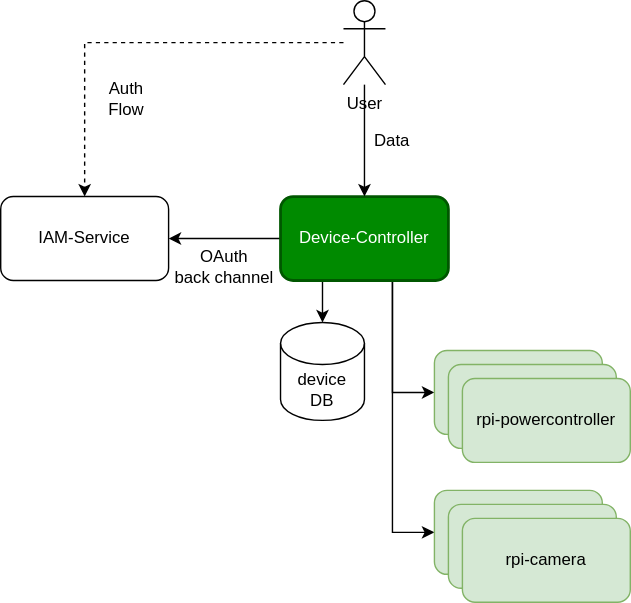
Above: device-controller/docs/device-controller.svg in jveverka/rpi-projects (draw.io), before the change. Source tidied: cells renumbered, new cells last; positions are measured from the earlier drawing's top-left corner, leaving out a move shared by most shapes.
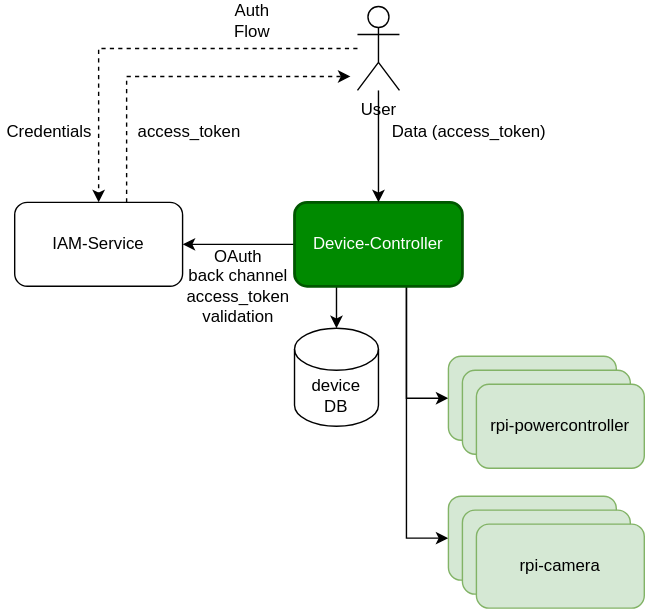
The same diagram one commit later.

What changed in the source:
```diff
@@ -30,11 +30,19 @@
     <mxCell id="6" value="Device-Controller" style="rounded=1;whiteSpace=wrap;html=1;strokeWidth=2;fillColor=#008a00;strokeColor=#005700;fontColor=#ffffff;" parent="1" vertex="1">
       <mxGeometry x="200" y="140" width="120" height="60" as="geometry" />
     </mxCell>
+    <mxCell id="21" style="edgeStyle=orthogonalEdgeStyle;rounded=0;jettySize=auto;html=1;dashed=1;" parent="1" edge="1" source="7">
+      <mxGeometry relative="1" as="geometry">
+        <mxPoint x="240" y="50" as="targetPoint" />
+        <Array as="points">
+          <mxPoint x="80" y="50" />
+        </Array>
+      </mxGeometry>
+    </mxCell>
     <mxCell id="7" value="IAM-Service" style="rounded=1;whiteSpace=wrap;html=1;" parent="1" vertex="1">
       <mxGeometry y="140" width="120" height="60" as="geometry" />
     </mxCell>
-    <mxCell id="8" value="OAuth&lt;br&gt;back channel" style="text;html=1;strokeColor=none;fillColor=none;align=center;verticalAlign=middle;whiteSpace=wrap;rounded=0;" parent="1" vertex="1">
-      <mxGeometry x="110" y="180" width="100" height="20" as="geometry" />
+    <mxCell id="8" value="OAuth&lt;br&gt;back channel&lt;br&gt;access_token&lt;br&gt;validation" style="text;html=1;strokeColor=none;fillColor=none;align=center;verticalAlign=middle;whiteSpace=wrap;rounded=0;" parent="1" vertex="1">
+      <mxGeometry x="110" y="170" width="100" height="60" as="geometry" />
     </mxCell>
     <mxCell id="9" style="edgeStyle=orthogonalEdgeStyle;rounded=0;jettySize=auto;html=1;" parent="1" edge="1" source="11" target="6">
       <mxGeometry relative="1" as="geometry" />
@@ -46,10 +54,10 @@
       <mxGeometry x="245" width="30" height="60" as="geometry" />
     </mxCell>
     <mxCell id="12" value="Auth&lt;br&gt;Flow" style="text;html=1;strokeColor=none;fillColor=none;align=center;verticalAlign=middle;whiteSpace=wrap;rounded=0;" parent="1" vertex="1">
-      <mxGeometry x="70" y="60" width="40" height="20" as="geometry" />
+      <mxGeometry x="150" width="40" height="20" as="geometry" />
     </mxCell>
-    <mxCell id="13" value="Data" style="text;html=1;strokeColor=none;fillColor=none;align=center;verticalAlign=middle;whiteSpace=wrap;rounded=0;" parent="1" vertex="1">
-      <mxGeometry x="260" y="90" width="40" height="20" as="geometry" />
+    <mxCell id="13" value="Data (access_token)" style="text;html=1;strokeColor=none;fillColor=none;align=center;verticalAlign=middle;whiteSpace=wrap;rounded=0;" parent="1" vertex="1">
+      <mxGeometry x="260" y="80" width="130" height="20" as="geometry" />
     </mxCell>
     <mxCell id="14" value="rpi-powercontroller" style="rounded=1;whiteSpace=wrap;html=1;fillColor=#d5e8d4;strokeColor=#82b366;" parent="1" vertex="1">
       <mxGeometry x="310" y="250" width="120" height="60" as="geometry" />
@@ -72,5 +80,11 @@
     <mxCell id="20" value="rpi-camera" style="rounded=1;whiteSpace=wrap;html=1;fillColor=#d5e8d4;strokeColor=#82b366;" parent="1" vertex="1">
       <mxGeometry x="330" y="370" width="120" height="60" as="geometry" />
     </mxCell>
+    <mxCell id="22" value="Credentials" style="text;html=1;strokeColor=none;fillColor=none;align=center;verticalAlign=middle;whiteSpace=wrap;rounded=0;" parent="1" vertex="1">
+      <mxGeometry x="-10" y="80" width="70" height="20" as="geometry" />
+    </mxCell>
+    <mxCell id="23" value="access_token" style="text;html=1;strokeColor=none;fillColor=none;align=center;verticalAlign=middle;whiteSpace=wrap;rounded=0;" parent="1" vertex="1">
+      <mxGeometry x="90" y="80" width="70" height="20" as="geometry" />
+    </mxCell>
   </root>
 </mxGraphModel>
```
